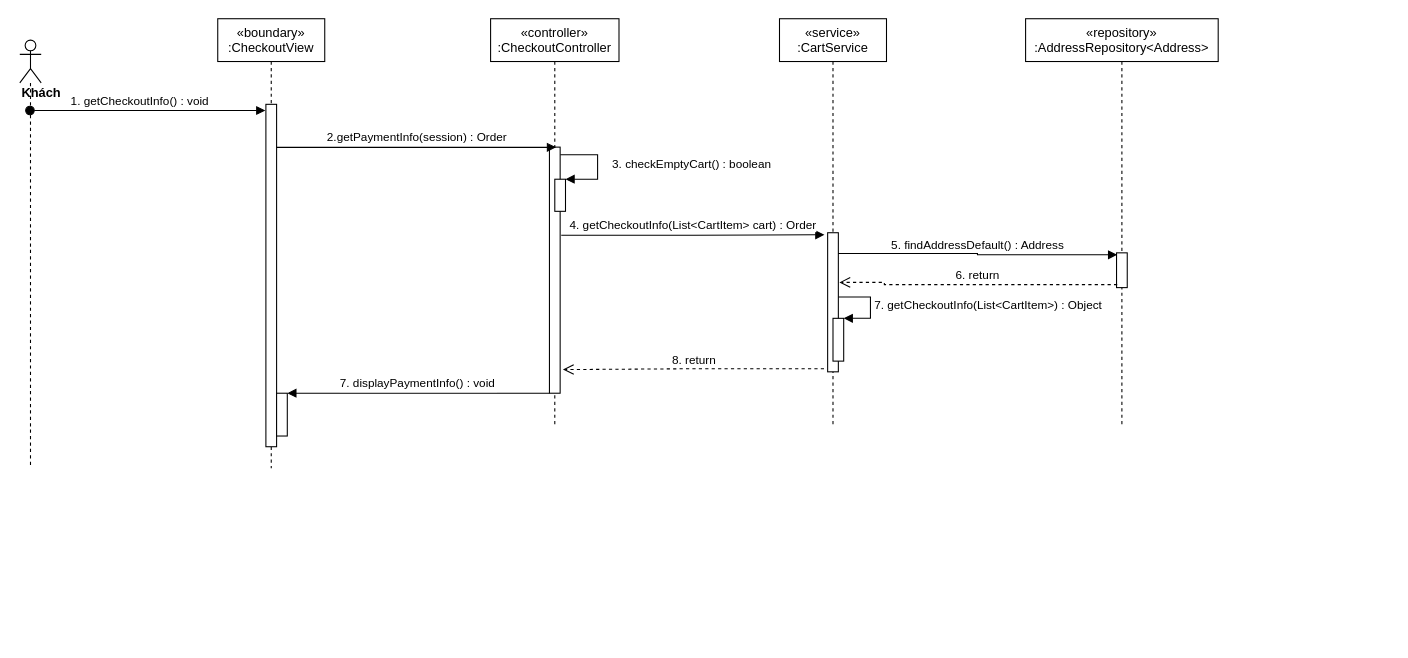
Before: sequence diagram/view-checkout-info-sequence.drawio in nguyenphamvan/datn_20202, a draw.io diagram. Source tidied: cells renumbered, new cells numbered last; positions are measured from the earlier drawing's top-left corner, leaving out a move shared by most shapes. Both pictures are drawn from the tidied source at 107%, with x=0, y=0 at pixel (19, 18).
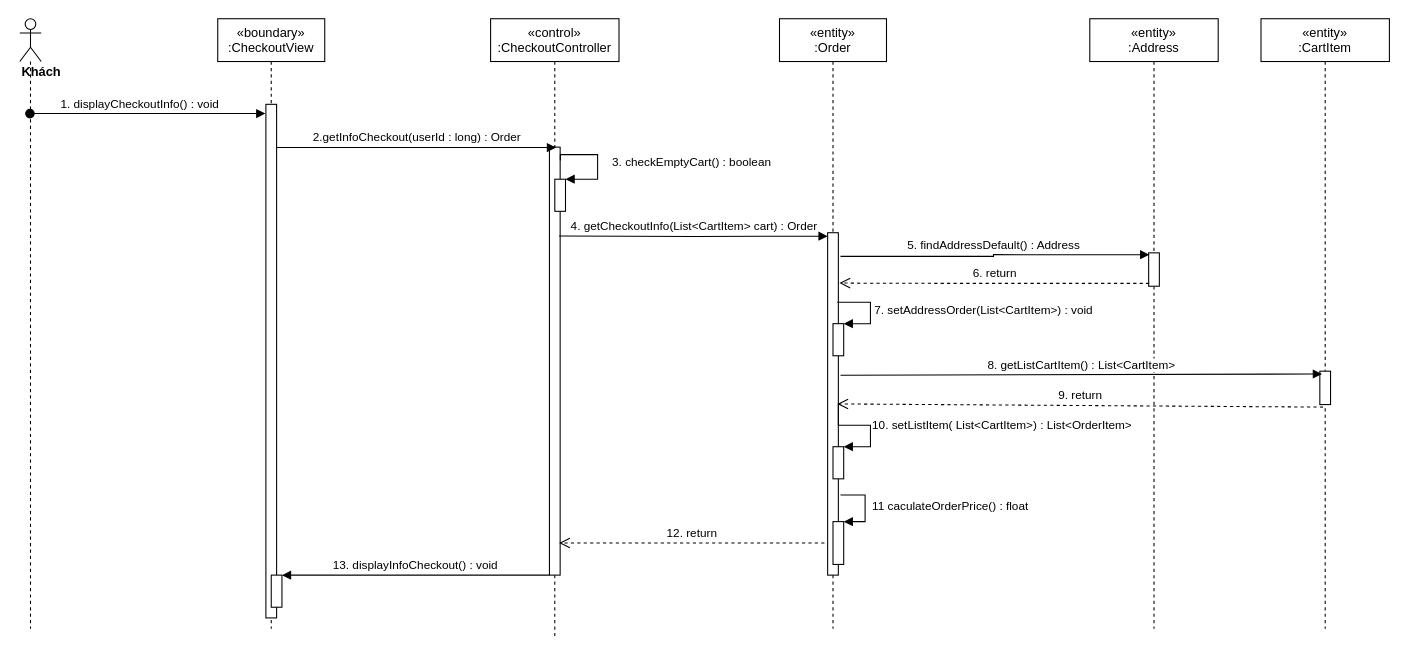
Above is the later version.

Diff of the diagram source:
```diff
@@
     <mxCell id="2" value="«boundary»&#10;:CheckoutView" style="shape=umlLifeline;perimeter=lifelinePerimeter;rounded=0;shadow=0;strokeWidth=1;" parent="1" vertex="1">
-      <mxGeometry x="185" width="100" height="420" as="geometry" />
+      <mxGeometry x="185" width="100" height="570" as="geometry" />
     </mxCell>
     <mxCell id="3" style="points=[];perimeter=orthogonalPerimeter;rounded=0;shadow=0;strokeWidth=1;" parent="2" vertex="1">
-      <mxGeometry x="45" y="80" width="10" height="320" as="geometry" />
+      <mxGeometry x="45" y="80" width="10" height="480" as="geometry" />
     </mxCell>
     <mxCell id="4" style="html=1;points=[];perimeter=orthogonalPerimeter;" parent="2" vertex="1">
-      <mxGeometry x="55" y="350" width="10" height="40" as="geometry" />
+      <mxGeometry x="50" y="520" width="10" height="30" as="geometry" />
     </mxCell>
-    <mxCell id="5" value="«controller»&#10;:CheckoutController" style="shape=umlLifeline;perimeter=lifelinePerimeter;rounded=0;shadow=0;strokeWidth=1;" parent="1" vertex="1">
-      <mxGeometry x="440" width="120" height="380" as="geometry" />
+    <mxCell id="5" value="«control»&#10;:CheckoutController" style="shape=umlLifeline;perimeter=lifelinePerimeter;rounded=0;shadow=0;strokeWidth=1;" parent="1" vertex="1">
+      <mxGeometry x="440" width="120" height="580" as="geometry" />
     </mxCell>
     <mxCell id="6" style="points=[];perimeter=orthogonalPerimeter;rounded=0;shadow=0;strokeWidth=1;" parent="5" vertex="1">
-      <mxGeometry x="55" y="120" width="10" height="230" as="geometry" />
+      <mxGeometry x="55" y="120" width="10" height="400" as="geometry" />
     </mxCell>
@@
     <mxCell id="9" value="&lt;div&gt;&lt;b&gt;Khách&lt;/b&gt;&lt;/div&gt;" style="shape=umlLifeline;participant=umlActor;perimeter=lifelinePerimeter;whiteSpace=wrap;html=1;verticalAlign=top;spacingTop=36;outlineConnect=0;align=left;" parent="1" vertex="1">
-      <mxGeometry y="20" width="20" height="400" as="geometry" />
+      <mxGeometry width="20" height="570" as="geometry" />
     </mxCell>
-    <mxCell id="10" value="1. getCheckoutInfo() : void" style="verticalAlign=bottom;startArrow=oval;endArrow=block;startSize=8;shadow=0;strokeWidth=1;entryX=-0.05;entryY=0.018;entryDx=0;entryDy=0;entryPerimeter=0;" parent="1" edge="1" source="9" target="3">
+    <mxCell id="10" value="1. displayCheckoutInfo() : void" style="verticalAlign=bottom;startArrow=oval;endArrow=block;startSize=8;shadow=0;strokeWidth=1;entryX=-0.05;entryY=0.018;entryDx=0;entryDy=0;entryPerimeter=0;" parent="1" edge="1" source="9" target="3">
       <mxGeometry x="-0.06" relative="1" as="geometry" />
     </mxCell>
-    <mxCell id="11" value="«service»&#10;:CartService" style="shape=umlLifeline;perimeter=lifelinePerimeter;rounded=0;shadow=0;strokeWidth=1;" parent="1" vertex="1">
-      <mxGeometry x="710" width="100" height="380" as="geometry" />
+    <mxCell id="11" value="«entity»&#10;:Order" style="shape=umlLifeline;perimeter=lifelinePerimeter;rounded=0;shadow=0;strokeWidth=1;" parent="1" vertex="1">
+      <mxGeometry x="710" width="100" height="570" as="geometry" />
     </mxCell>
     <mxCell id="12" style="points=[];perimeter=orthogonalPerimeter;rounded=0;shadow=0;strokeWidth=1;" parent="11" vertex="1">
-      <mxGeometry x="45" y="200" width="10" height="130" as="geometry" />
+      <mxGeometry x="45" y="200" width="10" height="320" as="geometry" />
     </mxCell>
-    <mxCell id="13" value="2.getPaymentInfo(session) : Order" style="html=1;verticalAlign=bottom;endArrow=block;entryX=0.617;entryY=0.001;entryDx=0;entryDy=0;entryPerimeter=0;" parent="1" edge="1" source="3" target="6">
+    <mxCell id="13" value="2.getInfoCheckout(userId : long) : Order" style="html=1;verticalAlign=bottom;endArrow=block;entryX=0.617;entryY=0.001;entryDx=0;entryDy=0;entryPerimeter=0;" parent="1" edge="1" source="3" target="6">
       <mxGeometry relative="1" as="geometry" />
     </mxCell>
-    <mxCell id="14" value="«repository»&#10;:AddressRepository&lt;Address&gt;" style="shape=umlLifeline;perimeter=lifelinePerimeter;rounded=0;shadow=0;strokeWidth=1;" parent="1" vertex="1">
-      <mxGeometry x="940" width="180" height="380" as="geometry" />
+    <mxCell id="14" value="«entity»&#10;:Address" style="shape=umlLifeline;perimeter=lifelinePerimeter;rounded=0;shadow=0;strokeWidth=1;" parent="1" vertex="1">
+      <mxGeometry x="1000" width="120" height="570" as="geometry" />
     </mxCell>
     <mxCell id="15" style="points=[];perimeter=orthogonalPerimeter;rounded=0;shadow=0;strokeWidth=1;" parent="14" vertex="1">
-      <mxGeometry x="85" y="218.8" width="10" height="32.5" as="geometry" />
+      <mxGeometry x="55" y="218.8" width="10" height="31.2" as="geometry" />
     </mxCell>
-    <mxCell id="16" value="7. displayPaymentInfo() : void" style="verticalAlign=bottom;endArrow=block;shadow=0;strokeWidth=1;" parent="1" edge="1" source="6" target="4">
+    <mxCell id="16" value="13. displayInfoCheckout() : void" style="verticalAlign=bottom;endArrow=block;shadow=0;strokeWidth=1;" parent="1" edge="1" source="6" target="4">
       <mxGeometry relative="1" as="geometry" />
     </mxCell>
-    <mxCell id="17" value="4. getCheckoutInfo(List&amp;lt;CartItem&amp;gt; cart) : Order" style="html=1;verticalAlign=bottom;endArrow=block;rounded=0;edgeStyle=orthogonalEdgeStyle;exitX=1.1;exitY=0.358;exitDx=0;exitDy=0;exitPerimeter=0;entryX=-0.3;entryY=0.015;entryDx=0;entryDy=0;entryPerimeter=0;" parent="1" edge="1" source="6" target="12">
-      <mxGeometry relative="1" as="geometry" />
+    <mxCell id="17" value="4. getCheckoutInfo(List&amp;lt;CartItem&amp;gt; cart) : Order" style="html=1;verticalAlign=bottom;endArrow=block;rounded=0;edgeStyle=orthogonalEdgeStyle;entryX=0;entryY=0.01;entryDx=0;entryDy=0;entryPerimeter=0;" parent="1" edge="1" target="12">
+      <mxGeometry relative="1" as="geometry">
+        <mxPoint x="504" y="203" as="sourcePoint" />
+      </mxGeometry>
     </mxCell>
-    <mxCell id="18" value="5. findAddressDefault() : Address" style="html=1;verticalAlign=bottom;endArrow=block;rounded=0;edgeStyle=orthogonalEdgeStyle;entryX=0.06;entryY=0.056;entryDx=0;entryDy=0;entryPerimeter=0;exitX=0.98;exitY=0.149;exitDx=0;exitDy=0;exitPerimeter=0;" parent="1" edge="1" source="12" target="15">
+    <mxCell id="18" value="5. findAddressDefault() : Address" style="html=1;verticalAlign=bottom;endArrow=block;rounded=0;edgeStyle=orthogonalEdgeStyle;entryX=0.06;entryY=0.056;entryDx=0;entryDy=0;entryPerimeter=0;exitX=1.2;exitY=0.069;exitDx=0;exitDy=0;exitPerimeter=0;" parent="1" edge="1" source="12" target="15">
       <mxGeometry relative="1" as="geometry" />
     </mxCell>
-    <mxCell id="19" value="6. return" style="html=1;verticalAlign=bottom;endArrow=open;dashed=1;endSize=8;rounded=0;edgeStyle=orthogonalEdgeStyle;exitX=0.06;exitY=0.914;exitDx=0;exitDy=0;exitPerimeter=0;entryX=1.1;entryY=0.357;entryDx=0;entryDy=0;entryPerimeter=0;" parent="1" edge="1" source="15" target="12">
+    <mxCell id="19" value="6. return" style="html=1;verticalAlign=bottom;endArrow=open;dashed=1;endSize=8;rounded=0;edgeStyle=orthogonalEdgeStyle;exitX=0.06;exitY=0.914;exitDx=0;exitDy=0;exitPerimeter=0;" parent="1" edge="1" source="15">
       <mxGeometry relative="1" as="geometry">
+        <mxPoint x="766" y="247" as="targetPoint" />
         <Array as="points">
           <mxPoint x="808" y="247" />
         </Array>
       </mxGeometry>
     </mxCell>
-    <mxCell id="20" value="8. return" style="html=1;verticalAlign=bottom;endArrow=open;dashed=1;endSize=8;rounded=0;edgeStyle=orthogonalEdgeStyle;entryX=1.26;entryY=0.904;entryDx=0;entryDy=0;entryPerimeter=0;exitX=-0.34;exitY=0.978;exitDx=0;exitDy=0;exitPerimeter=0;" parent="1" edge="1" source="12" target="6">
-      <mxGeometry relative="1" as="geometry" />
+    <mxCell id="20" value="12. return" style="html=1;verticalAlign=bottom;endArrow=open;dashed=1;endSize=8;rounded=0;edgeStyle=orthogonalEdgeStyle;" parent="1" edge="1">
+      <mxGeometry relative="1" as="geometry">
+        <mxPoint x="752" y="490" as="sourcePoint" />
+        <mxPoint x="504" y="490" as="targetPoint" />
+      </mxGeometry>
     </mxCell>
     <mxCell id="21" style="html=1;points=[];perimeter=orthogonalPerimeter;" parent="1" vertex="1">
-      <mxGeometry x="760" y="280" width="10" height="40" as="geometry" />
+      <mxGeometry x="760" y="285" width="10" height="30" as="geometry" />
     </mxCell>
-    <mxCell id="22" value="7. getCheckoutInfo(List&amp;lt;CartItem&amp;gt;) : Object" style="edgeStyle=orthogonalEdgeStyle;html=1;align=left;spacingLeft=2;endArrow=block;rounded=0;entryX=1;entryY=0;" parent="1" edge="1" source="12" target="21">
+    <mxCell id="22" value="7. setAddressOrder(List&amp;lt;CartItem&amp;gt;) : void" style="edgeStyle=orthogonalEdgeStyle;html=1;align=left;spacingLeft=2;endArrow=block;rounded=0;entryX=1;entryY=0;" parent="1" edge="1" target="21">
       <mxGeometry relative="1" as="geometry">
+        <mxPoint x="764" y="265" as="sourcePoint" />
         <Array as="points">
-          <mxPoint x="795" y="260" />
-          <mxPoint x="795" y="280" />
+          <mxPoint x="795" y="265" />
+          <mxPoint x="795" y="285" />
         </Array>
       </mxGeometry>
     </mxCell>
+    <mxCell id="23" style="html=1;points=[];perimeter=orthogonalPerimeter;" parent="1" vertex="1">
+      <mxGeometry x="760" y="400" width="10" height="30" as="geometry" />
+    </mxCell>
+    <mxCell id="24" value="10. setListItem( List&amp;lt;CartItem&amp;gt;) : List&amp;lt;OrderItem&amp;gt;" style="edgeStyle=orthogonalEdgeStyle;html=1;align=left;spacingLeft=2;endArrow=block;rounded=0;entryX=1;entryY=0;" parent="1" edge="1" target="23">
+      <mxGeometry relative="1" as="geometry">
+        <mxPoint x="765" y="360" as="sourcePoint" />
+        <Array as="points">
+          <mxPoint x="765" y="380" />
+          <mxPoint x="795" y="380" />
+          <mxPoint x="795" y="400" />
+        </Array>
+      </mxGeometry>
+    </mxCell>
+    <mxCell id="25" style="html=1;points=[];perimeter=orthogonalPerimeter;" parent="1" vertex="1">
+      <mxGeometry x="760" y="470" width="10" height="40" as="geometry" />
+    </mxCell>
+    <mxCell id="26" value="&amp;nbsp;11 caculateOrderPrice() : float" style="edgeStyle=orthogonalEdgeStyle;html=1;align=left;spacingLeft=2;endArrow=block;rounded=0;entryX=1;entryY=0;exitX=1.2;exitY=0.766;exitDx=0;exitDy=0;exitPerimeter=0;" parent="1" edge="1" source="12" target="25">
+      <mxGeometry relative="1" as="geometry">
+        <Array as="points">
+          <mxPoint x="790" y="445" />
+          <mxPoint x="790" y="470" />
+        </Array>
+      </mxGeometry>
+    </mxCell>
+    <mxCell id="27" value="«entity»&#10;:CartItem" style="shape=umlLifeline;perimeter=lifelinePerimeter;rounded=0;shadow=0;strokeWidth=1;" parent="1" vertex="1">
+      <mxGeometry x="1160" width="120" height="570" as="geometry" />
+    </mxCell>
+    <mxCell id="28" style="points=[];perimeter=orthogonalPerimeter;rounded=0;shadow=0;strokeWidth=1;" parent="27" vertex="1">
+      <mxGeometry x="55" y="329.4" width="10" height="31.2" as="geometry" />
+    </mxCell>
+    <mxCell id="29" value="8. getListCartItem() : List&amp;lt;CartItem&amp;gt;" style="html=1;verticalAlign=bottom;endArrow=block;entryX=0.2;entryY=0.084;entryDx=0;entryDy=0;entryPerimeter=0;exitX=1.2;exitY=0.416;exitDx=0;exitDy=0;exitPerimeter=0;" parent="1" edge="1" source="12" target="28">
+      <mxGeometry relative="1" as="geometry" />
+    </mxCell>
+    <mxCell id="30" value="9. return" style="html=1;verticalAlign=bottom;endArrow=open;dashed=1;endSize=8;exitX=0.3;exitY=1.076;exitDx=0;exitDy=0;exitPerimeter=0;entryX=0.9;entryY=0.5;entryDx=0;entryDy=0;entryPerimeter=0;" parent="1" edge="1" source="28" target="12">
+      <mxGeometry relative="1" as="geometry" />
+    </mxCell>
```
